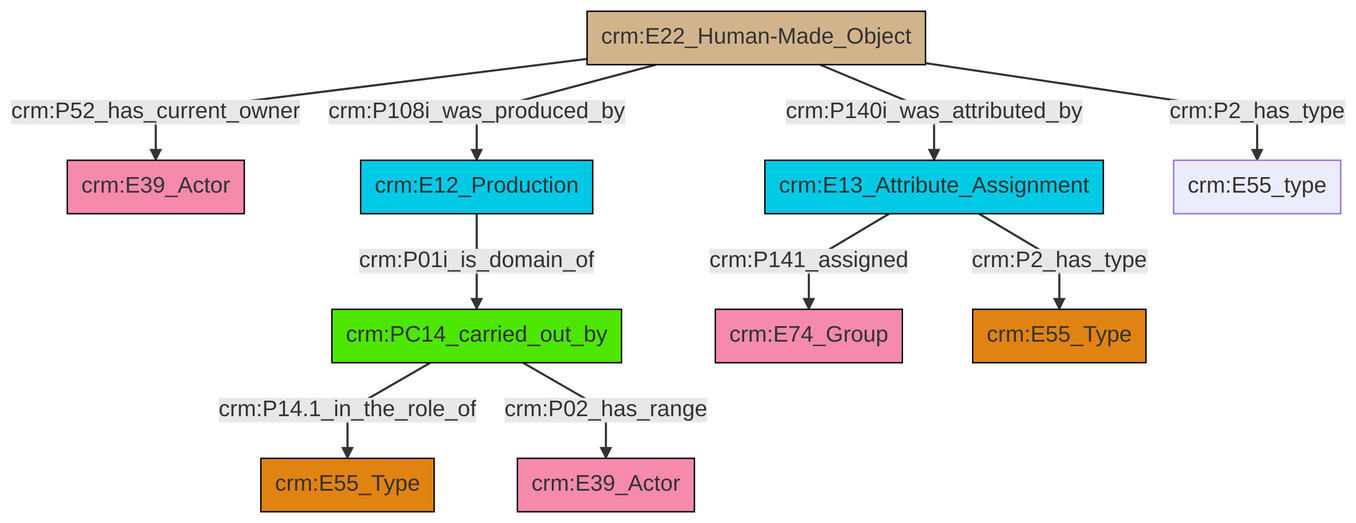
The Mermaid diagram et/builtWorkCSV/ttl/mmd/png/Built_Work_actor_relations.png in swiss-art-research-net/docs.swissartresearch, before a commit. Its source is kept beside it as et/builtWorkCSV/ttl/mmd/Built_Work_actor_relations.ttl.mmd.
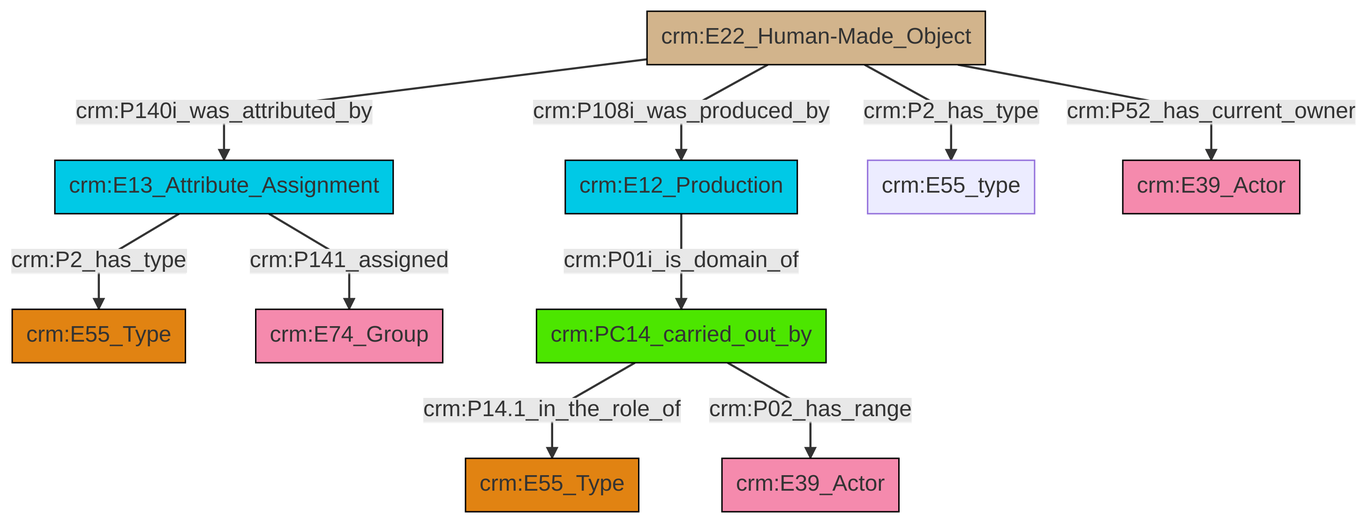
The same file after the commit.

Change to the diagram source:
```diff
@@ -13,12 +13,12 @@
 classDef PC_Classes fill:#4ce600, stroke:#000000;
 classDef Multi fill:#cccccc,stroke:#000000;
 
-2["crm:E12_Production"]:::Temporal_Entity -->|crm:P01i_is_domain_of| 3["crm:PC14_carried_out_by"]:::PC_Classes
-10["crm:E22_Human-Made_Object"]:::Physical_Thing -->|crm:P2_has_type| 11["crm:E55_type"]:::Default
-8["crm:E13_Attribute_Assignment"]:::Temporal_Entity -->|crm:P2_has_type| 14["crm:E55_Type"]:::Type
-10["crm:E22_Human-Made_Object"]:::Physical_Thing -->|crm:P140i_was_attributed_by| 8["crm:E13_Attribute_Assignment"]:::Temporal_Entity
-3["crm:PC14_carried_out_by"]:::PC_Classes -->|crm:P14.1_in_the_role_of| 12["crm:E55_Type"]:::Type
-3["crm:PC14_carried_out_by"]:::PC_Classes -->|crm:P02_has_range| 6["crm:E39_Actor"]:::Actor
-10["crm:E22_Human-Made_Object"]:::Physical_Thing -->|crm:P108i_was_produced_by| 2["crm:E12_Production"]:::Temporal_Entity
-10["crm:E22_Human-Made_Object"]:::Physical_Thing -->|crm:P52_has_current_owner| 0["crm:E39_Actor"]:::Actor
-8["crm:E13_Attribute_Assignment"]:::Temporal_Entity -->|crm:P141_assigned| 4["crm:E74_Group"]:::Actor
+2["crm:E13_Attribute_Assignment"]:::Temporal_Entity -->|crm:P2_has_type| 3["crm:E55_Type"]:::Type
+4["crm:E12_Production"]:::Temporal_Entity -->|crm:P01i_is_domain_of| 5["crm:PC14_carried_out_by"]:::PC_Classes
+9["crm:E22_Human-Made_Object"]:::Physical_Thing -->|crm:P140i_was_attributed_by| 2["crm:E13_Attribute_Assignment"]:::Temporal_Entity
+5["crm:PC14_carried_out_by"]:::PC_Classes -->|crm:P14.1_in_the_role_of| 10["crm:E55_Type"]:::Type
+5["crm:PC14_carried_out_by"]:::PC_Classes -->|crm:P02_has_range| 6["crm:E39_Actor"]:::Actor
+9["crm:E22_Human-Made_Object"]:::Physical_Thing -->|crm:P108i_was_produced_by| 4["crm:E12_Production"]:::Temporal_Entity
+9["crm:E22_Human-Made_Object"]:::Physical_Thing -->|crm:P2_has_type| 0["crm:E55_type"]:::Default
+9["crm:E22_Human-Made_Object"]:::Physical_Thing -->|crm:P52_has_current_owner| 14["crm:E39_Actor"]:::Actor
+2["crm:E13_Attribute_Assignment"]:::Temporal_Entity -->|crm:P141_assigned| 18["crm:E74_Group"]:::Actor
```
